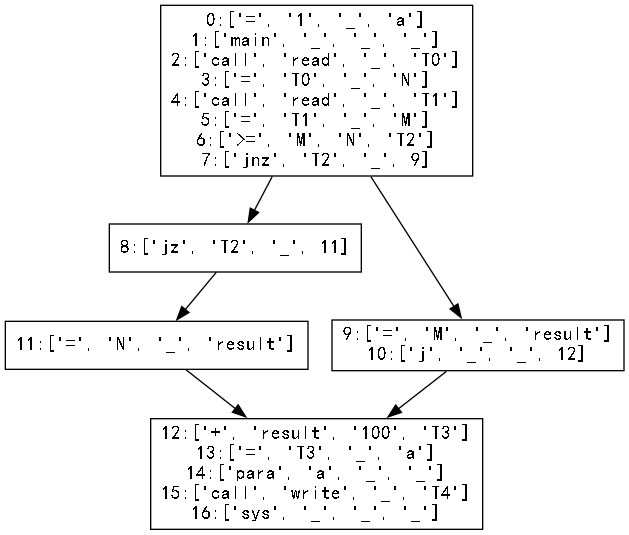
This is Basic_Block/basic_block.gv.png from hutao99/compiler, a Graphviz export, as it was before one commit. Its source is kept beside it as Basic_Block/basic_block.gv.
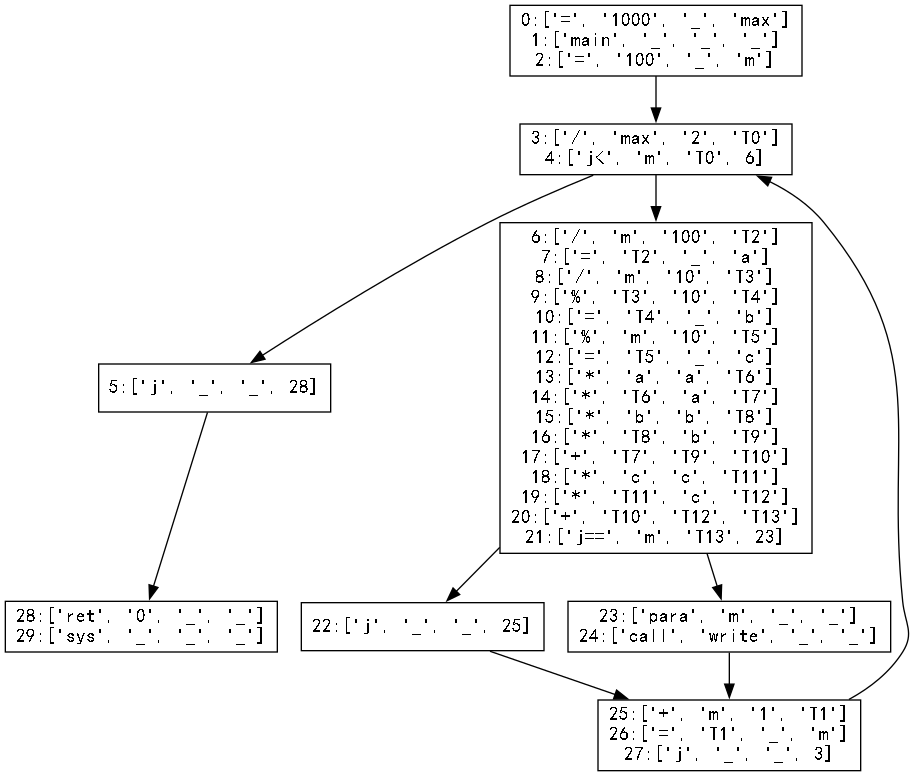
The same diagram one commit later.

The edit, as a diff of the source:
```diff
@@ -1,29 +1,49 @@
 digraph "./Basic_Block/basic_block" {
-	0 [label="0:['=', '1', '_', 'a']
+	0 [label="0:['=', '1000', '_', 'max']
 1:['main', '_', '_', '_']
-2:['call', 'read', '_', 'T0']
-3:['=', 'T0', '_', 'N']
-4:['call', 'read', '_', 'T1']
-5:['=', 'T1', '_', 'M']
-6:['>=', 'M', 'N', 'T2']
-7:['jnz', 'T2', '_', 9]
+2:['=', '100', '_', 'm']
 " fontname=SimHei shape=rectangle]
-	1 [label="8:['jz', 'T2', '_', 11]
+	1 [label="3:['/', 'max', '2', 'T0']
+4:['j<', 'm', 'T0', 6]
 " fontname=SimHei shape=rectangle]
-	2 [label="9:['=', 'M', '_', 'result']
-10:['j', '_', '_', 12]
+	2 [label="5:['j', '_', '_', 28]
 " fontname=SimHei shape=rectangle]
-	3 [label="11:['=', 'N', '_', 'result']
+	3 [label="6:['/', 'm', '100', 'T2']
+7:['=', 'T2', '_', 'a']
+8:['/', 'm', '10', 'T3']
+9:['%', 'T3', '10', 'T4']
+10:['=', 'T4', '_', 'b']
+11:['%', 'm', '10', 'T5']
+12:['=', 'T5', '_', 'c']
+13:['*', 'a', 'a', 'T6']
+14:['*', 'T6', 'a', 'T7']
+15:['*', 'b', 'b', 'T8']
+16:['*', 'T8', 'b', 'T9']
+17:['+', 'T7', 'T9', 'T10']
+18:['*', 'c', 'c', 'T11']
+19:['*', 'T11', 'c', 'T12']
+20:['+', 'T10', 'T12', 'T13']
+21:['j==', 'm', 'T13', 23]
 " fontname=SimHei shape=rectangle]
-	4 [label="12:['+', 'result', '100', 'T3']
-13:['=', 'T3', '_', 'a']
-14:['para', 'a', '_', '_']
-15:['call', 'write', '_', 'T4']
-16:['sys', '_', '_', '_']
+	4 [label="22:['j', '_', '_', 25]
 " fontname=SimHei shape=rectangle]
-	0 -> 2
+	5 [label="23:['para', 'm', '_', '_']
+24:['call', 'write', '_', '_']
+" fontname=SimHei shape=rectangle]
+	6 [label="25:['+', 'm', '1', 'T1']
+26:['=', 'T1', '_', 'm']
+27:['j', '_', '_', 3]
+" fontname=SimHei shape=rectangle]
+	7 [label="28:['ret', '0', '_', '_']
+29:['sys', '_', '_', '_']
+" fontname=SimHei shape=rectangle]
 	0 -> 1
 	1 -> 3
-	2 -> 4
+	1 -> 2
+	2 -> 7
+	3 -> 5
 	3 -> 4
+	4 -> 6
+	5 -> 6
+	6 -> 1
 }
```
